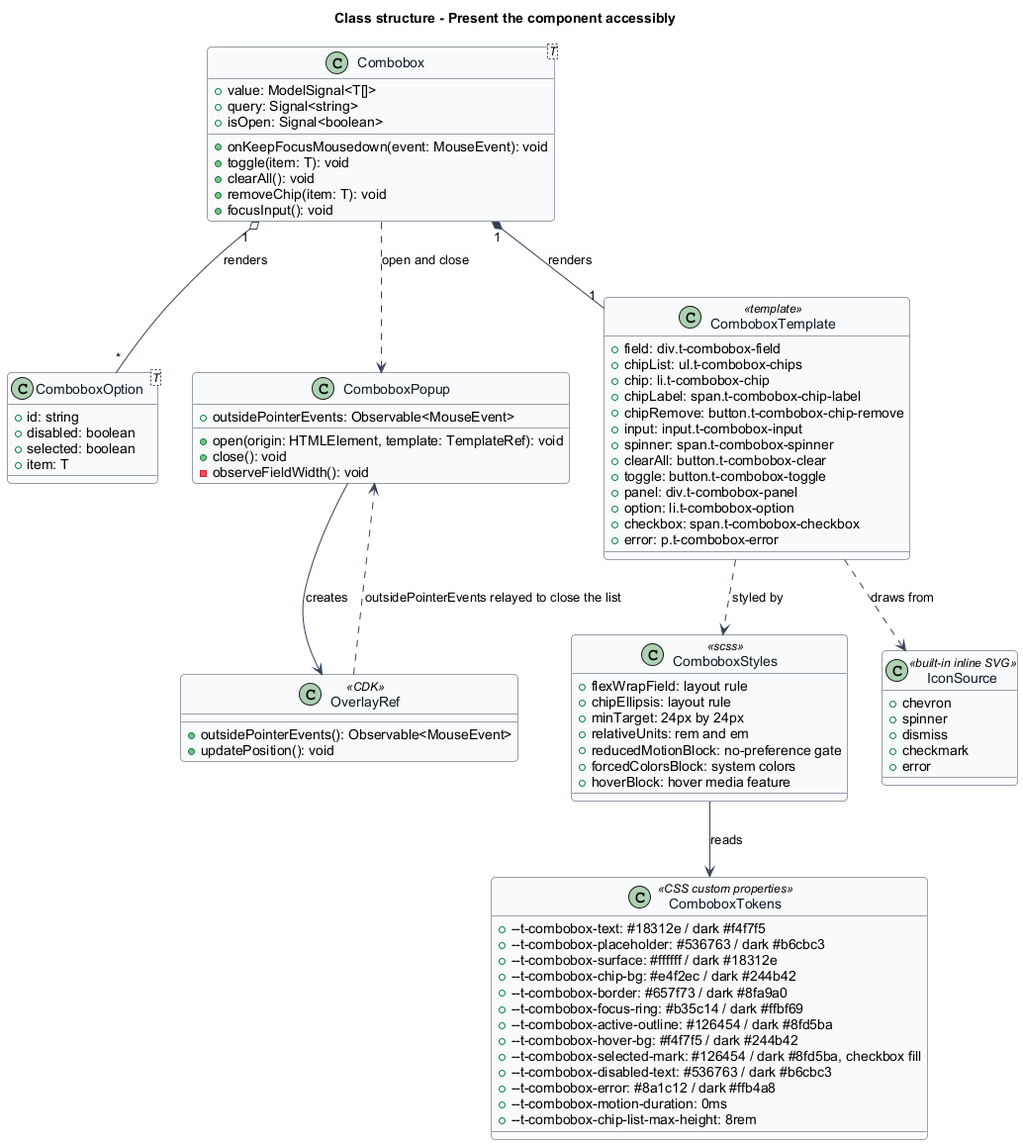
The PlantUML diagram docs/detailed-designs/combobox/present-accessibly/diagrams/class-structure.png in QuinntyneBrown/Tessera, before a commit.
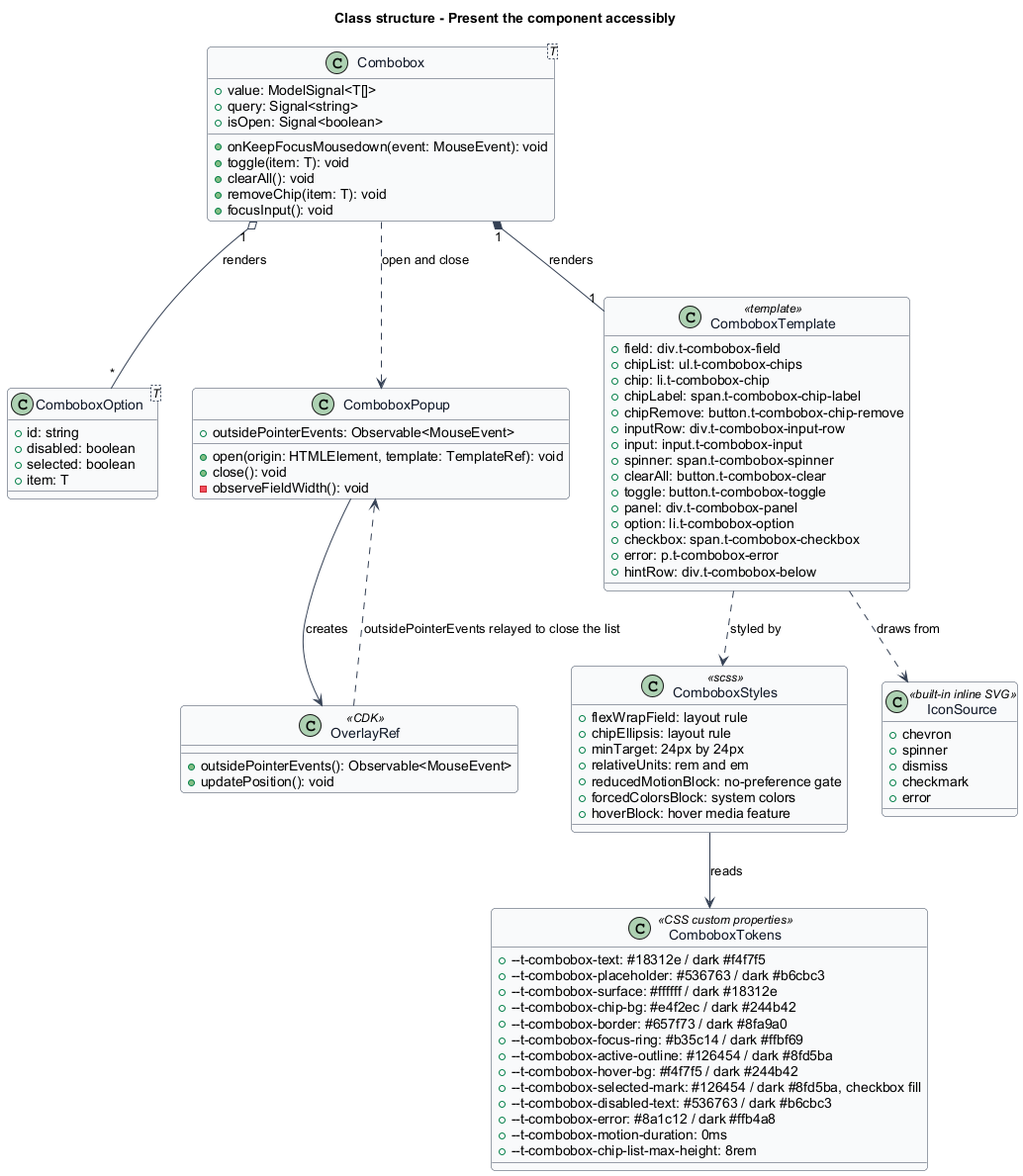
The same diagram one commit later.

Diff of the diagram source:
```diff
@@ -47,6 +47,7 @@
   +chip: li.t-combobox-chip
   +chipLabel: span.t-combobox-chip-label
   +chipRemove: button.t-combobox-chip-remove
+  +inputRow: div.t-combobox-input-row
   +input: input.t-combobox-input
   +spinner: span.t-combobox-spinner
   +clearAll: button.t-combobox-clear
@@ -55,6 +56,7 @@
   +option: li.t-combobox-option
   +checkbox: span.t-combobox-checkbox
   +error: p.t-combobox-error
+  +hintRow: div.t-combobox-below
 }
 
 class ComboboxStyles <<scss>> {
```
